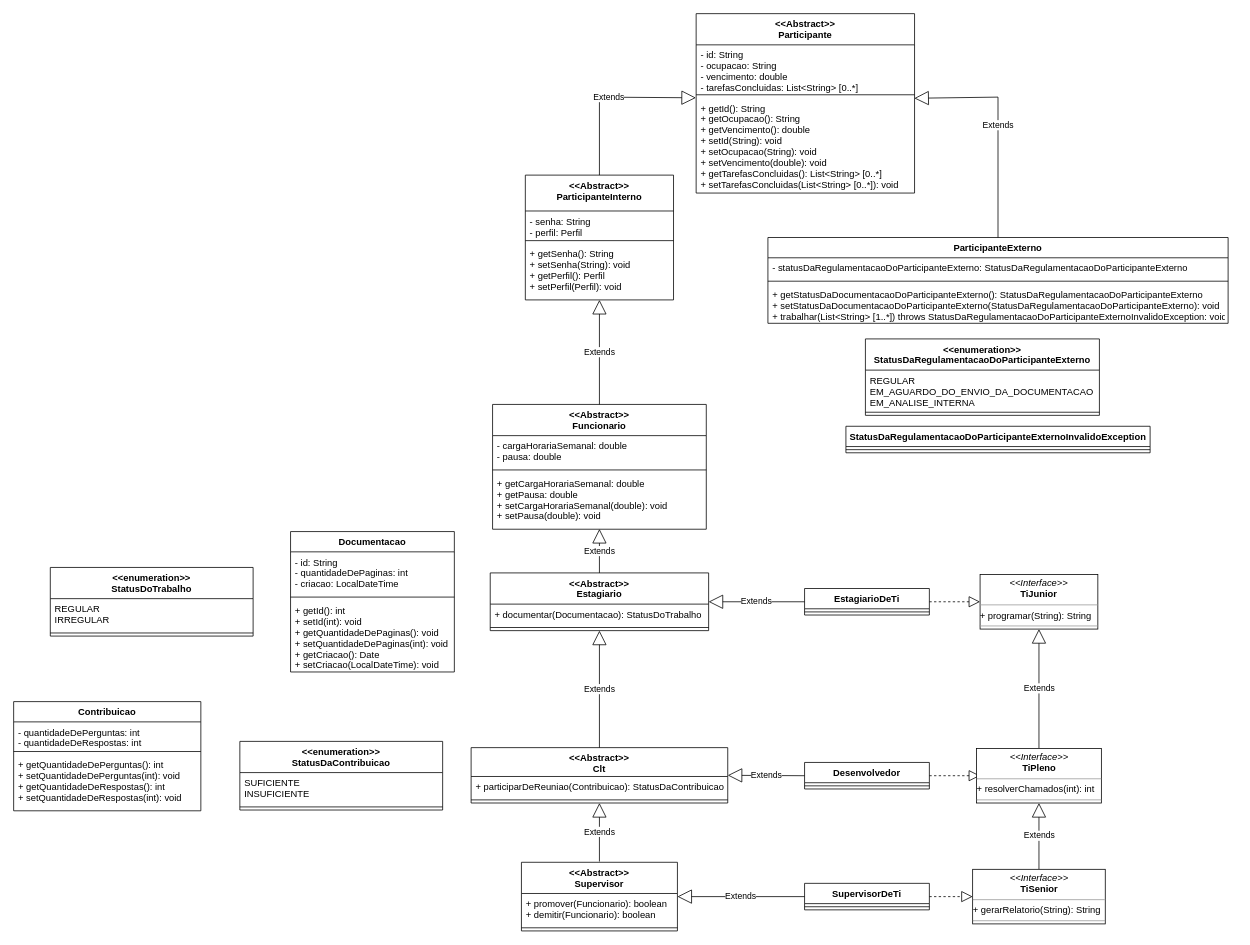
This is erp.drawio from andre-alck/erp, a draw.io file, before an edit. Source tidied: cells renumbered, new cells numbered last; positions are measured from the earlier drawing's top-left corner, leaving out a move shared by most shapes. Both pictures are drawn from the tidied source at 78%, with x=0, y=0 at pixel (13, 13).
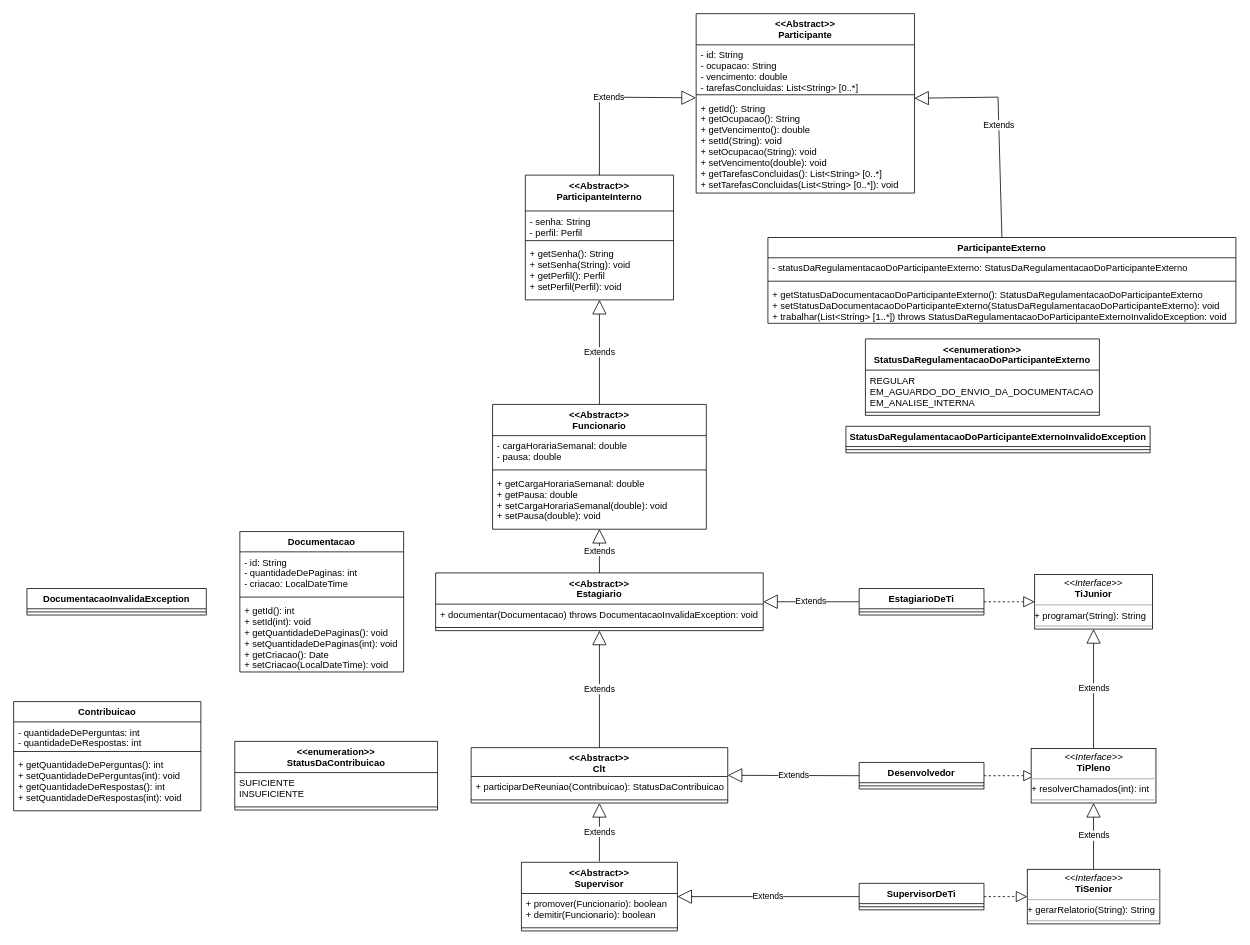
Above is the later version.

Commit message (it also covers changes not shown here):
docs: update regra de negocio para documentar

The edit, as a diff of the source:
```diff
@@
     <mxCell id="19" value="ParticipanteExterno" style="swimlane;fontStyle=1;align=center;verticalAlign=top;horizontal=1;startSize=26;" parent="1" vertex="1">
-      <mxGeometry x="967" y="287" width="590" height="110" as="geometry" />
+      <mxGeometry x="967" y="287" width="600" height="110" as="geometry" />
     </mxCell>
     <mxCell id="20" value="- statusDaRegulamentacaoDoParticipanteExterno: StatusDaRegulamentacaoDoParticipanteExterno" style="text;strokeColor=none;fillColor=none;align=left;verticalAlign=top;spacingLeft=4;spacingRight=4;overflow=hidden;" parent="19" vertex="1">
-      <mxGeometry y="26" width="590" height="26" as="geometry" />
+      <mxGeometry y="26" width="600" height="26" as="geometry" />
     </mxCell>
     <mxCell id="21" style="line;strokeWidth=1;fillColor=none;align=left;verticalAlign=middle;spacingTop=-1;spacingLeft=3;spacingRight=3;labelPosition=right;strokeColor=inherit;" parent="19" vertex="1">
-      <mxGeometry y="52" width="590" height="8" as="geometry" />
+      <mxGeometry y="52" width="600" height="8" as="geometry" />
     </mxCell>
     <mxCell id="22" value="+ getStatusDaDocumentacaoDoParticipanteExterno(): StatusDaRegulamentacaoDoParticipanteExterno&#10;+ setStatusDaDocumentacaoDoParticipanteExterno(StatusDaRegulamentacaoDoParticipanteExterno): void&#10;+ trabalhar(List&lt;String&gt; [1..*]) throws StatusDaRegulamentacaoDoParticipanteExternoInvalidoException: void" style="text;strokeColor=none;fillColor=none;align=left;verticalAlign=top;spacingLeft=4;spacingRight=4;overflow=hidden;" parent="19" vertex="1">
-      <mxGeometry y="60" width="590" height="50" as="geometry" />
+      <mxGeometry y="60" width="600" height="50" as="geometry" />
     </mxCell>
@@
-    <mxCell id="26" value="&lt;&lt;enumeration&gt;&gt;&#10;StatusDoTrabalho" style="swimlane;fontStyle=1;align=center;verticalAlign=top;horizontal=1;startSize=40;" parent="1" vertex="1">
-      <mxGeometry x="47" y="710" width="260" height="88" as="geometry" />
-    </mxCell>
-    <mxCell id="27" value="REGULAR&#10;IRREGULAR" style="text;strokeColor=none;fillColor=none;align=left;verticalAlign=top;spacingLeft=4;spacingRight=4;overflow=hidden;" parent="26" vertex="1">
-      <mxGeometry y="40" width="260" height="40" as="geometry" />
-    </mxCell>
-    <mxCell id="28" style="line;strokeWidth=1;fillColor=none;align=left;verticalAlign=middle;spacingTop=-1;spacingLeft=3;spacingRight=3;labelPosition=right;strokeColor=inherit;" parent="26" vertex="1">
-      <mxGeometry y="80" width="260" height="8" as="geometry" />
-    </mxCell>
     <mxCell id="29" value="&lt;&lt;Abstract&gt;&gt;&#10;Estagiario" style="swimlane;fontStyle=1;align=center;verticalAlign=top;horizontal=1;startSize=40;" parent="1" vertex="1">
-      <mxGeometry x="611" y="717" width="280" height="74" as="geometry" />
+      <mxGeometry x="541" y="717" width="420" height="74" as="geometry" />
     </mxCell>
-    <mxCell id="30" value="+ documentar(Documentacao): StatusDoTrabalho" style="text;strokeColor=none;fillColor=none;align=left;verticalAlign=top;spacingLeft=4;spacingRight=4;overflow=hidden;" parent="29" vertex="1">
-      <mxGeometry y="40" width="280" height="26" as="geometry" />
+    <mxCell id="30" value="+ documentar(Documentacao) throws DocumentacaoInvalidaException: void" style="text;strokeColor=none;fillColor=none;align=left;verticalAlign=top;spacingLeft=4;spacingRight=4;overflow=hidden;" parent="29" vertex="1">
+      <mxGeometry y="40" width="420" height="26" as="geometry" />
     </mxCell>
     <mxCell id="31" style="line;strokeWidth=1;fillColor=none;align=left;verticalAlign=middle;spacingTop=-1;spacingLeft=3;spacingRight=3;labelPosition=right;strokeColor=inherit;" parent="29" vertex="1">
-      <mxGeometry y="66" width="280" height="8" as="geometry" />
+      <mxGeometry y="66" width="420" height="8" as="geometry" />
     </mxCell>
@@
     <mxCell id="33" value="EstagiarioDeTi" style="swimlane;fontStyle=1;align=center;verticalAlign=top;horizontal=1;startSize=26;" parent="1" vertex="1">
-      <mxGeometry x="1014" y="737" width="160" height="34" as="geometry" />
+      <mxGeometry x="1084" y="737" width="160" height="34" as="geometry" />
     </mxCell>
@@
     <mxCell id="36" value="Desenvolvedor" style="swimlane;fontStyle=1;align=center;verticalAlign=top;horizontal=1;startSize=26;" parent="1" vertex="1">
-      <mxGeometry x="1014" y="960" width="160" height="34" as="geometry" />
+      <mxGeometry x="1084" y="960" width="160" height="34" as="geometry" />
     </mxCell>
@@
     <mxCell id="38" style="endArrow=block;dashed=1;endFill=0;endSize=12;html=1;rounded=0;exitX=1;exitY=0.5;exitDx=0;exitDy=0;entryX=0;entryY=0.5;entryDx=0;entryDy=0;" parent="1" edge="1" source="36">
       <mxGeometry relative="1" as="geometry">
-        <mxPoint x="1239" y="977" as="targetPoint" />
+        <mxPoint x="1309" y="977" as="targetPoint" />
       </mxGeometry>
     </mxCell>
     <mxCell id="39" value="SupervisorDeTi" style="swimlane;fontStyle=1;align=center;verticalAlign=top;horizontal=1;startSize=26;" parent="1" vertex="1">
-      <mxGeometry x="1014" y="1115" width="160" height="34" as="geometry" />
+      <mxGeometry x="1084" y="1115" width="160" height="34" as="geometry" />
     </mxCell>
@@
     <mxCell id="42" value="Documentacao" style="swimlane;fontStyle=1;align=center;verticalAlign=top;horizontal=1;startSize=26;" parent="1" vertex="1">
-      <mxGeometry x="355" y="664" width="210" height="180" as="geometry" />
+      <mxGeometry x="290" y="664" width="210" height="180" as="geometry" />
     </mxCell>
@@
     <mxCell id="54" value="&lt;p style=&quot;margin:0px;margin-top:4px;text-align:center;&quot;&gt;&lt;i&gt;&amp;lt;&amp;lt;Interface&amp;gt;&amp;gt;&lt;/i&gt;&lt;br&gt;&lt;b style=&quot;border-color: var(--border-color);&quot;&gt;TiJunior&lt;/b&gt;&lt;br&gt;&lt;/p&gt;&lt;hr size=&quot;1&quot;&gt;+ programar(String): String&lt;br&gt;&lt;hr size=&quot;1&quot;&gt;&lt;p style=&quot;margin:0px;margin-left:4px;&quot;&gt;&lt;br&gt;&lt;/p&gt;" style="verticalAlign=top;align=left;overflow=fill;fontSize=12;fontFamily=Helvetica;html=1;" parent="1" vertex="1">
-      <mxGeometry x="1239" y="719" width="151" height="70" as="geometry" />
+      <mxGeometry x="1309" y="719" width="151" height="70" as="geometry" />
     </mxCell>
@@
     <mxCell id="56" value="&lt;p style=&quot;margin:0px;margin-top:4px;text-align:center;&quot;&gt;&lt;i&gt;&amp;lt;&amp;lt;Interface&amp;gt;&amp;gt;&lt;/i&gt;&lt;br&gt;&lt;b style=&quot;border-color: var(--border-color);&quot;&gt;TiPleno&lt;/b&gt;&lt;br&gt;&lt;/p&gt;&lt;hr size=&quot;1&quot;&gt;+ resolverChamados(int): int&lt;br&gt;&lt;hr size=&quot;1&quot;&gt;&lt;p style=&quot;margin:0px;margin-left:4px;&quot;&gt;&lt;br&gt;&lt;/p&gt;" style="verticalAlign=top;align=left;overflow=fill;fontSize=12;fontFamily=Helvetica;html=1;" parent="1" vertex="1">
-      <mxGeometry x="1234.5" y="942" width="160" height="70" as="geometry" />
+      <mxGeometry x="1304.5" y="942" width="160" height="70" as="geometry" />
     </mxCell>
     <mxCell id="57" value="&lt;p style=&quot;margin:0px;margin-top:4px;text-align:center;&quot;&gt;&lt;i&gt;&amp;lt;&amp;lt;Interface&amp;gt;&amp;gt;&lt;/i&gt;&lt;br&gt;&lt;b style=&quot;border-color: var(--border-color);&quot;&gt;TiSenior&lt;/b&gt;&lt;br&gt;&lt;/p&gt;&lt;hr size=&quot;1&quot;&gt;+ gerarRelatorio(String): String&lt;br&gt;&lt;hr size=&quot;1&quot;&gt;&lt;p style=&quot;margin:0px;margin-left:4px;&quot;&gt;&lt;br&gt;&lt;/p&gt;" style="verticalAlign=top;align=left;overflow=fill;fontSize=12;fontFamily=Helvetica;html=1;" parent="1" vertex="1">
-      <mxGeometry x="1229.5" y="1097" width="170" height="70" as="geometry" />
+      <mxGeometry x="1299.5" y="1097" width="170" height="70" as="geometry" />
     </mxCell>
@@
     <mxCell id="64" value="&lt;&lt;enumeration&gt;&gt;&#10;StatusDaContribuicao" style="swimlane;fontStyle=1;align=center;verticalAlign=top;horizontal=1;startSize=40;" parent="1" vertex="1">
-      <mxGeometry x="290" y="933" width="260" height="88" as="geometry" />
+      <mxGeometry x="283.5" y="933" width="260" height="88" as="geometry" />
     </mxCell>
@@
+    <mxCell id="70" value="DocumentacaoInvalidaException" style="swimlane;fontStyle=1;align=center;verticalAlign=top;horizontal=1;startSize=26;whiteSpace=wrap;html=1;" parent="1" vertex="1">
+      <mxGeometry x="17" y="737" width="230" height="34" as="geometry" />
+    </mxCell>
+    <mxCell id="71" style="line;strokeWidth=1;fillColor=none;align=left;verticalAlign=middle;spacingTop=-1;spacingLeft=3;spacingRight=3;labelPosition=right;strokeColor=inherit;" parent="70" vertex="1">
+      <mxGeometry y="26" width="230" height="8" as="geometry" />
+    </mxCell>
```
